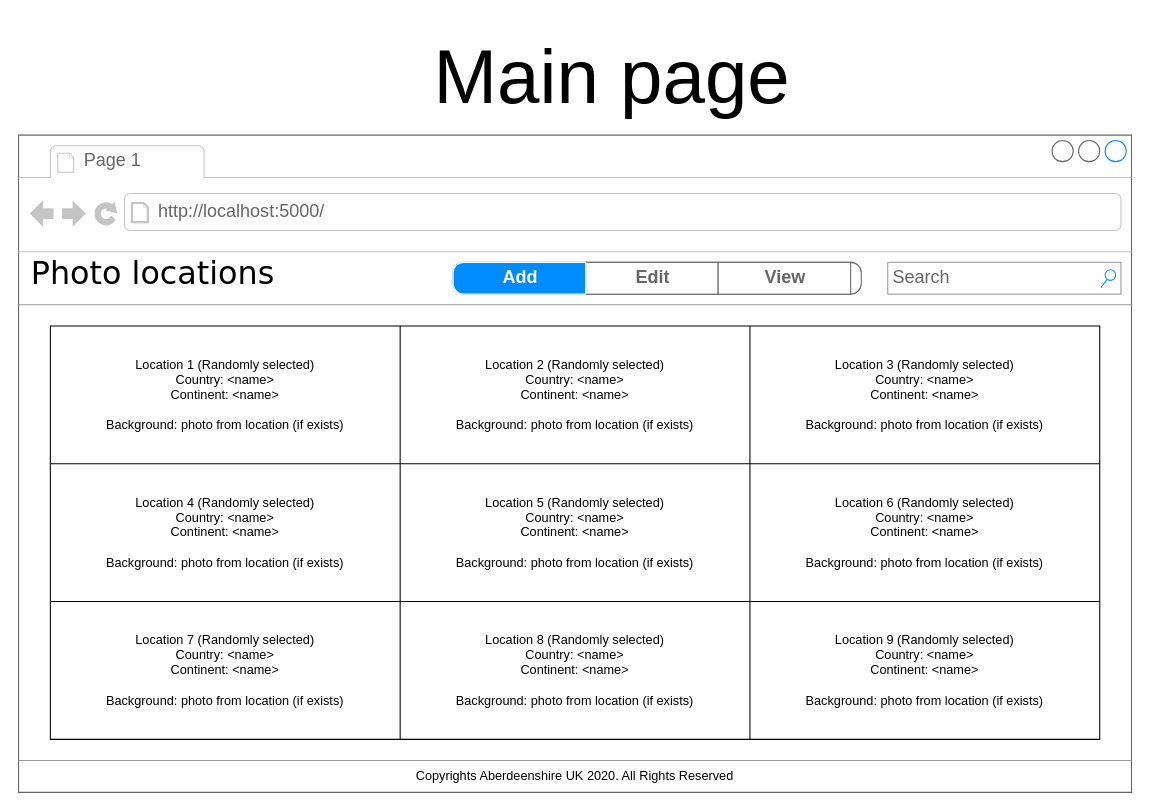
Before: page "MainPage" (1 of 9) of UX_design/Wireframe.drawio in Michalju/PhotoApp, a draw.io diagram. Source tidied: cells renumbered, new cells numbered last; positions are measured from the earlier drawing's top-left corner, leaving out a move shared by most shapes. Both pictures are drawn from the tidied source at 106%, with x=0, y=0 at pixel (18, 18).
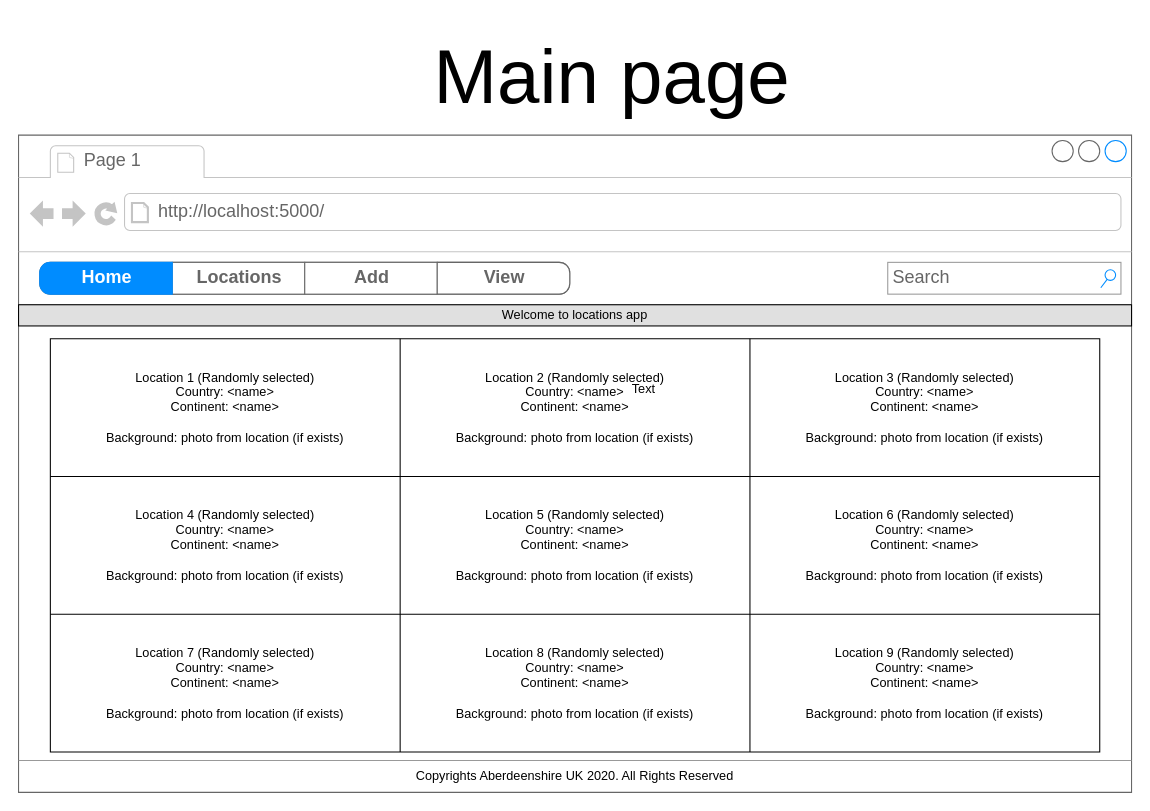
The same page after the edit.

Unchanged cells that the change refers to:
```xml
<mxCell id="2" style="strokeWidth=1;shadow=0;dashed=0;align=center;html=1;shape=mxgraph.mockup.containers.browserWindow;rSize=0;strokeColor=#666666;mainText=,;rounded=0;labelBackgroundColor=none;fontFamily=Verdana;fontSize=12;" parent="1" vertex="1">
  <mxGeometry y="110" width="1050" height="620" as="geometry" />
</mxCell>
```

Diff of the diagram source:
```diff
@@
-    <mxCell id="5" value="Photo locations" style="text;html=1;align=left;verticalAlign=top;spacingTop=-4;fontSize=30;fontFamily=Verdana;" parent="2" vertex="1">
-      <mxGeometry x="10" y="110" width="250" height="50" as="geometry" />
-    </mxCell>
@@
-    <mxCell id="9" style="strokeWidth=1;shadow=0;dashed=0;align=center;html=1;shape=mxgraph.mockup.rrect;rSize=10;fillColor=#ffffff;strokeColor=#666666;" parent="2" vertex="1">
-      <mxGeometry x="410" y="120" width="385" height="30" as="geometry" />
-    </mxCell>
-    <mxCell id="10" value="Edit" style="strokeColor=inherit;fillColor=inherit;gradientColor=inherit;strokeWidth=1;shadow=0;dashed=0;align=center;html=1;shape=mxgraph.mockup.rrect;rSize=0;fontSize=17;fontColor=#666666;fontStyle=1;" parent="9" vertex="1">
-      <mxGeometry width="125" height="30" relative="1" as="geometry">
-        <mxPoint x="125" as="offset" />
-      </mxGeometry>
-    </mxCell>
-    <mxCell id="11" value="View" style="strokeColor=inherit;fillColor=inherit;gradientColor=inherit;strokeWidth=1;shadow=0;dashed=0;align=center;html=1;shape=mxgraph.mockup.rrect;rSize=0;fontSize=17;fontColor=#666666;fontStyle=1;" parent="9" vertex="1">
-      <mxGeometry width="125" height="30" relative="1" as="geometry">
-        <mxPoint x="250" as="offset" />
-      </mxGeometry>
-    </mxCell>
-    <mxCell id="12" value="Add" style="strokeWidth=1;shadow=0;dashed=0;align=center;html=1;shape=mxgraph.mockup.leftButton;rSize=10;fontSize=17;fontColor=#ffffff;fontStyle=1;fillColor=#008cff;strokeColor=#FFFFFF;" parent="9" vertex="1">
-      <mxGeometry width="125" height="30" relative="1" as="geometry" />
-    </mxCell>
     <mxCell id="13" style="shape=table;html=1;whiteSpace=wrap;startSize=0;childLayout=tableLayout;" parent="2" vertex="1">
-      <mxGeometry x="30" y="180" width="990" height="390" as="geometry" />
+      <mxGeometry x="30" y="192" width="990" height="390" as="geometry" />
     </mxCell>
@@
+    <mxCell id="28" style="strokeWidth=1;shadow=0;dashed=0;align=center;html=1;shape=mxgraph.mockup.rrect;rSize=10;fillColor=#ffffff;strokeColor=#666666;" parent="2" vertex="1">
+      <mxGeometry x="20" y="120" width="500" height="30" as="geometry" />
+    </mxCell>
+    <mxCell id="29" value="Locations" style="strokeColor=inherit;fillColor=inherit;gradientColor=inherit;strokeWidth=1;shadow=0;dashed=0;align=center;html=1;shape=mxgraph.mockup.rrect;rSize=0;fontSize=17;fontColor=#666666;fontStyle=1;" parent="28" vertex="1">
+      <mxGeometry width="125" height="30" relative="1" as="geometry">
+        <mxPoint x="125" as="offset" />
+      </mxGeometry>
+    </mxCell>
+    <mxCell id="12" value="Add" style="strokeColor=inherit;fillColor=inherit;gradientColor=inherit;strokeWidth=1;shadow=0;dashed=0;align=center;html=1;shape=mxgraph.mockup.rrect;rSize=0;fontSize=17;fontColor=#666666;fontStyle=1;" parent="28" vertex="1">
+      <mxGeometry width="125" height="30" relative="1" as="geometry">
+        <mxPoint x="250" as="offset" />
+      </mxGeometry>
+    </mxCell>
+    <mxCell id="11" value="View" style="strokeColor=inherit;fillColor=inherit;gradientColor=inherit;strokeWidth=1;shadow=0;dashed=0;align=center;html=1;shape=mxgraph.mockup.rightButton;rSize=10;fontSize=17;fontColor=#666666;fontStyle=1;" parent="28" vertex="1">
+      <mxGeometry x="1" width="125" height="30" relative="1" as="geometry">
+        <mxPoint x="-125" as="offset" />
+      </mxGeometry>
+    </mxCell>
+    <mxCell id="30" value="Home" style="strokeWidth=1;shadow=0;dashed=0;align=center;html=1;shape=mxgraph.mockup.leftButton;rSize=10;fontSize=17;fontColor=#ffffff;fontStyle=1;fillColor=#008cff;strokeColor=#008cff;" parent="28" vertex="1">
+      <mxGeometry width="125" height="30" relative="1" as="geometry" />
+    </mxCell>
+    <mxCell id="31" value="Welcome to locations app" style="text;html=1;align=center;verticalAlign=middle;whiteSpace=wrap;rounded=0;perimeterSpacing=1;strokeColor=#000000;fillColor=#E0E0E0;" parent="2" vertex="1">
+      <mxGeometry y="160" width="1050" height="20" as="geometry" />
+    </mxCell>
@@
+    <mxCell id="32" value="Text" style="text;html=1;strokeColor=none;fillColor=none;align=center;verticalAlign=middle;whiteSpace=wrap;rounded=0;" parent="1" vertex="1">
+      <mxGeometry x="570" y="340" width="40" height="20" as="geometry" />
+    </mxCell>
```
